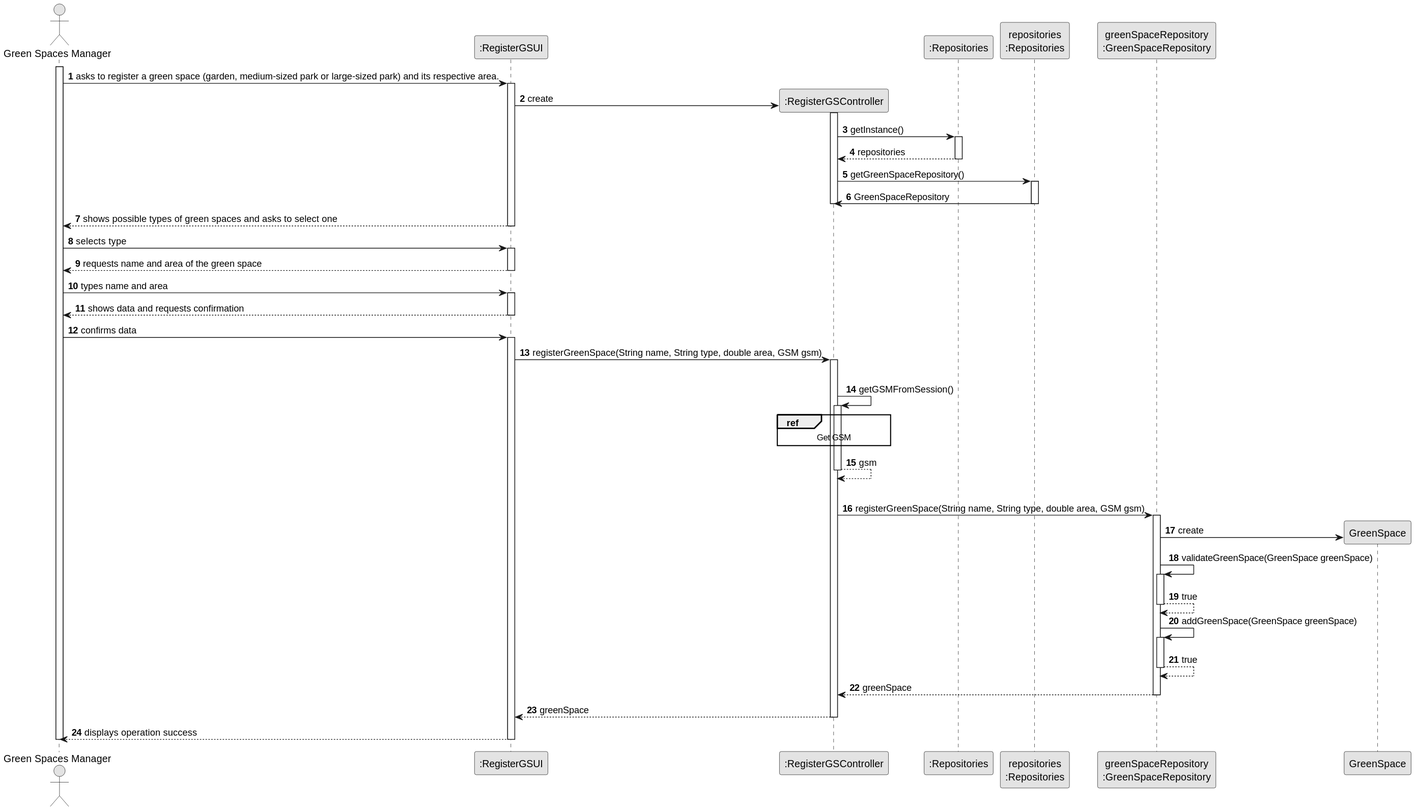
Earlier version of the PlantUML export docs/sprint3/us020/03.design/svg/us020-sequence-diagram-full.svg (tiagosoa/lei-24-s2-1dgh-g073).
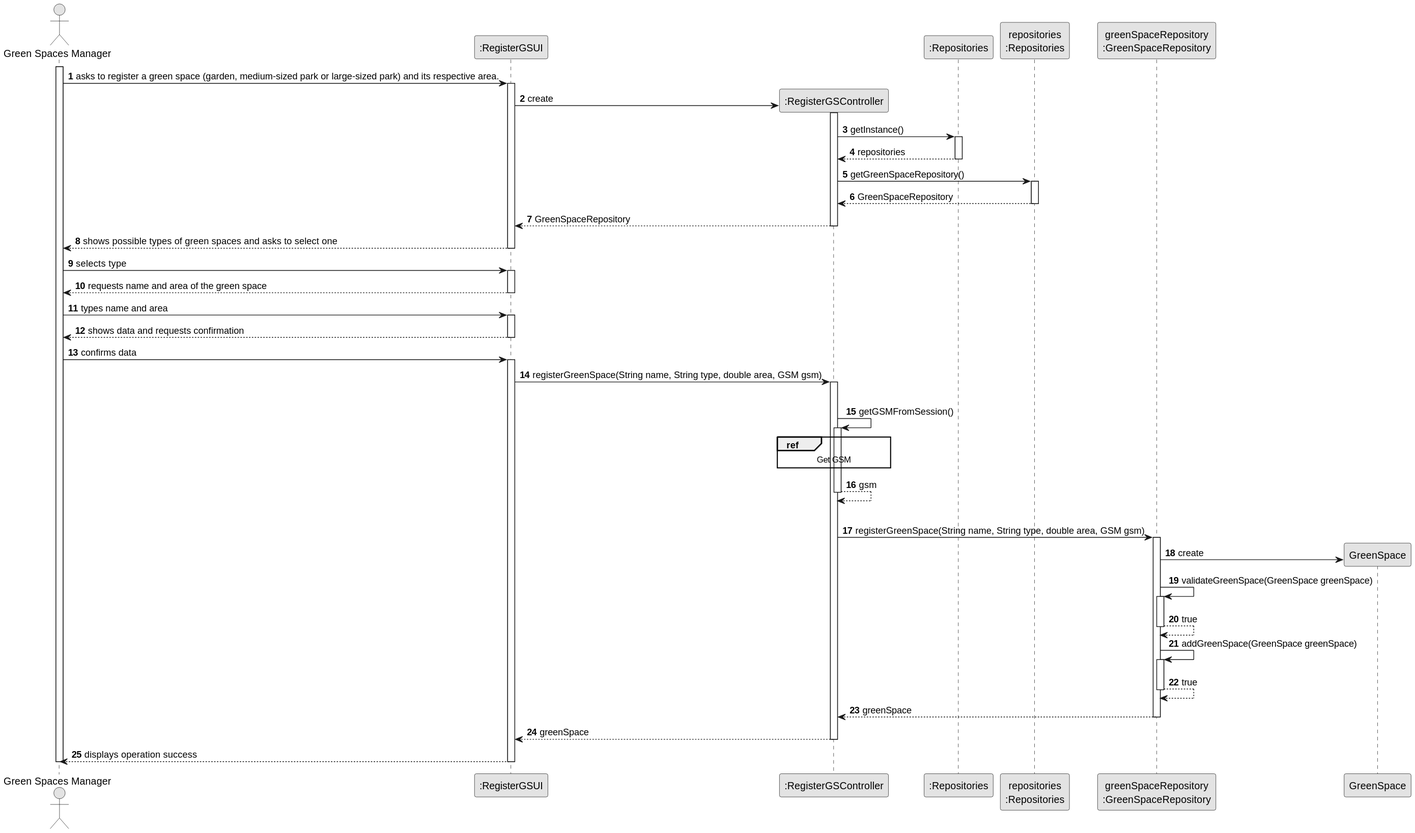
Later version of the same file.

The edit, as a diff of the source:
```diff
@@ -32,8 +32,9 @@
                              CTRL -> PLAT : getGreenSpaceRepository()
                                      activate PLAT
 
-                                 PLAT -> CTRL : GreenSpaceRepository
+                                 PLAT --> CTRL : GreenSpaceRepository
                                  deactivate PLAT
+                                 CTRL --> UI : GreenSpaceRepository
                                  deactivate CTRL
 
 
```
